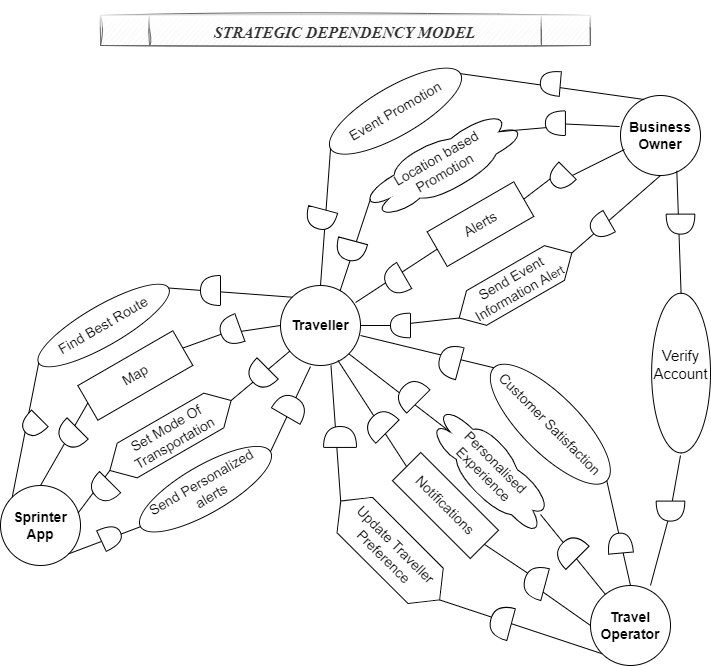
Before: sd.drawio.png, a diagram exported from draw.io (HariniRavi490/Demo-Repo). Source tidied: cells renumbered, new cells last; positions are measured from the earlier drawing's top-left corner, leaving out a move shared by most shapes.
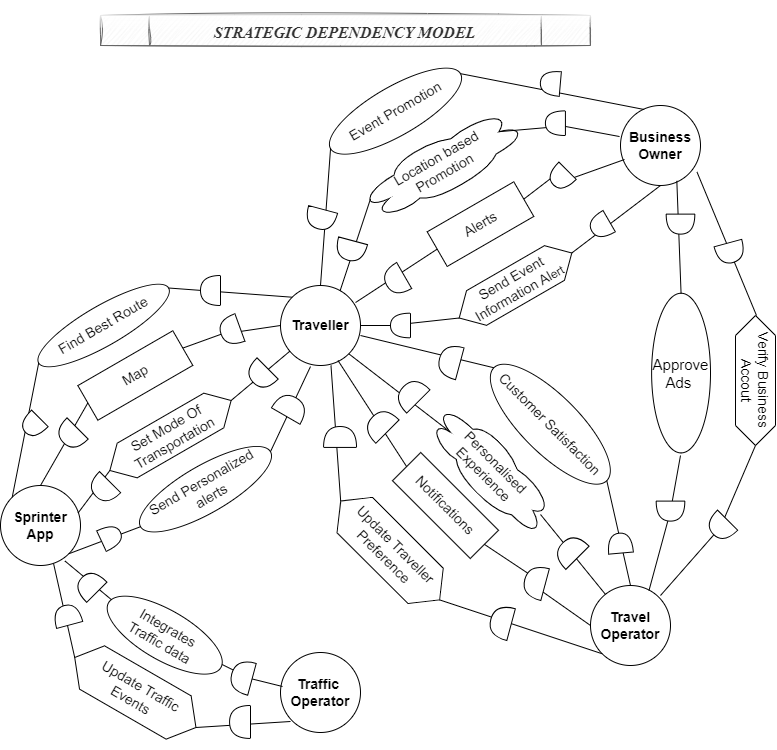
After the change.

Diff of the diagram source:
```diff
@@ -6,7 +6,7 @@
       <mxGeometry x="280" y="270" width="80" height="80" as="geometry" />
     </mxCell>
     <mxCell id="3" value="&lt;font style=&quot;font-size: 14px;&quot;&gt;&lt;b&gt;Business Owner&lt;/b&gt;&lt;/font&gt;" style="ellipse;whiteSpace=wrap;html=1;" parent="1" vertex="1">
-      <mxGeometry x="620" y="80" width="80" height="80" as="geometry" />
+      <mxGeometry x="620" y="90" width="80" height="80" as="geometry" />
     </mxCell>
     <mxCell id="4" value="&lt;font style=&quot;font-size: 14px;&quot;&gt;&lt;b&gt;Sprinter &lt;br&gt;App&lt;/b&gt;&lt;/font&gt;" style="ellipse;whiteSpace=wrap;html=1;" parent="1" vertex="1">
       <mxGeometry y="470" width="80" height="80" as="geometry" />
@@ -89,13 +89,11 @@
     <mxCell id="30" style="endArrow=none;html=1;rounded=0;entryX=0;entryY=1;entryDx=0;entryDy=0;exitX=1;exitY=0.5;exitDx=0;exitDy=0;" parent="1" edge="1" source="14" target="5">
       <mxGeometry relative="1" as="geometry" />
     </mxCell>
-    <mxCell id="31" value="&lt;font style=&quot;font-size: 15px;&quot;&gt;Verify&lt;br&gt;Account&lt;br&gt;&amp;nbsp;&lt;/font&gt;" style="ellipse;whiteSpace=wrap;html=1;rotation=0;direction=south;" parent="1" vertex="1">
+    <mxCell id="31" value="&lt;font style=&quot;font-size: 15px;&quot;&gt;Approve&lt;br&gt;Ads&amp;nbsp;&lt;/font&gt;" style="ellipse;whiteSpace=wrap;html=1;rotation=0;direction=south;" parent="1" vertex="1">
       <mxGeometry x="651.1" y="277.8" width="58.9" height="159.7" as="geometry" />
     </mxCell>
-    <mxCell id="32" style="endArrow=none;html=1;rounded=0;" parent="1" edge="1" source="61">
-      <mxGeometry relative="1" as="geometry">
-        <mxPoint x="650" y="570" as="targetPoint" />
-      </mxGeometry>
+    <mxCell id="32" style="endArrow=none;html=1;rounded=0;entryX=0.731;entryY=0.063;entryDx=0;entryDy=0;entryPerimeter=0;" parent="1" edge="1" source="61" target="5">
+      <mxGeometry relative="1" as="geometry" />
     </mxCell>
     <mxCell id="33" style="endArrow=none;html=1;rounded=0;exitX=1;exitY=0.5;exitDx=0;exitDy=0;entryX=0;entryY=0.5;entryDx=0;entryDy=0;" parent="1" edge="1" source="13" target="34">
       <mxGeometry relative="1" as="geometry" />
@@ -241,5 +239,74 @@
     <mxCell id="78" value="&lt;h1&gt;&lt;b&gt;&lt;i&gt;&lt;font face=&quot;Times New Roman&quot; style=&quot;font-size: 16px;&quot;&gt;STRATEGIC DEPENDENCY MODEL&lt;/font&gt;&lt;/i&gt;&lt;/b&gt;&lt;/h1&gt;" style="shape=process;whiteSpace=wrap;html=1;backgroundOutline=1;fillColor=#f5f5f5;fontColor=#333333;strokeColor=#666666;gradientColor=none;glass=1;sketch=1;curveFitting=1;jiggle=2;" parent="1" vertex="1">
       <mxGeometry x="100" width="490" height="30" as="geometry" />
     </mxCell>
+    <mxCell id="79" value="&lt;span style=&quot;font-size: 14px;&quot;&gt;&lt;b&gt;Traffic&amp;nbsp;&lt;br&gt;Operator&lt;br&gt;&lt;/b&gt;&lt;/span&gt;" style="ellipse;whiteSpace=wrap;html=1;" parent="1" vertex="1">
+      <mxGeometry x="280" y="637" width="80" height="80" as="geometry" />
+    </mxCell>
+    <mxCell id="80" value="&lt;span style=&quot;font-size: 14px;&quot;&gt;Verify Business Accout&lt;/span&gt;" style="shape=hexagon;perimeter=hexagonPerimeter2;whiteSpace=wrap;html=1;fixedSize=1;rotation=90;" parent="1" vertex="1">
+      <mxGeometry x="690" y="345" width="130" height="40" as="geometry" />
+    </mxCell>
+    <mxCell id="81" style="endArrow=none;html=1;rounded=0;entryX=0;entryY=0.5;entryDx=0;entryDy=0;exitX=0.956;exitY=0.831;exitDx=0;exitDy=0;exitPerimeter=0;" parent="1" edge="1" source="3">
+      <mxGeometry relative="1" as="geometry">
+        <mxPoint x="756" y="300" as="targetPoint" />
+      </mxGeometry>
+    </mxCell>
+    <mxCell id="82" style="shape=or;whiteSpace=wrap;html=1;rotation=75;" parent="1" vertex="1">
+      <mxGeometry x="720" y="222.9" width="20" height="28.6" as="geometry" />
+    </mxCell>
+    <mxCell id="83" style="endArrow=none;html=1;rounded=0;" parent="1" edge="1" source="85">
+      <mxGeometry relative="1" as="geometry">
+        <mxPoint x="660" y="580" as="targetPoint" />
+      </mxGeometry>
+    </mxCell>
+    <mxCell id="84" style="endArrow=none;html=1;rounded=0;exitX=1;exitY=0.5;exitDx=0;exitDy=0;" parent="1" edge="1" source="80" target="85">
+      <mxGeometry relative="1" as="geometry" />
+    </mxCell>
+    <mxCell id="85" style="shape=or;whiteSpace=wrap;html=1;rotation=135;" parent="1" vertex="1">
+      <mxGeometry x="710" y="497.4" width="20" height="28.6" as="geometry" />
+    </mxCell>
+    <mxCell id="86" value="&lt;font style=&quot;font-size: 14px;&quot;&gt;&amp;nbsp;Update Traffic &lt;br&gt;Events&lt;br&gt;&lt;/font&gt;" style="shape=hexagon;perimeter=hexagonPerimeter2;whiteSpace=wrap;html=1;fixedSize=1;rotation=30;" parent="1" vertex="1">
+      <mxGeometry x="64.8" y="652" width="140" height="50" as="geometry" />
+    </mxCell>
+    <mxCell id="87" style="endArrow=none;html=1;rounded=0;exitX=1;exitY=0.5;exitDx=0;exitDy=0;entryX=0.025;entryY=0.425;entryDx=0;entryDy=0;entryPerimeter=0;" parent="1" edge="1" source="90" target="79">
+      <mxGeometry relative="1" as="geometry" />
+    </mxCell>
+    <mxCell id="88" style="endArrow=none;html=1;rounded=0;exitX=1;exitY=0.5;exitDx=0;exitDy=0;entryX=0;entryY=0.5;entryDx=0;entryDy=0;" parent="1" edge="1" target="90">
+      <mxGeometry relative="1" as="geometry">
+        <mxPoint x="212.6" y="644.5" as="sourcePoint" />
+      </mxGeometry>
+    </mxCell>
+    <mxCell id="89" style="edgeStyle=orthogonalEdgeStyle;rounded=0;jettySize=auto;html=1;exitX=0;exitY=0.5;exitDx=0;exitDy=0;exitPerimeter=0;" parent="1" edge="1" source="90">
+      <mxGeometry relative="1" as="geometry">
+        <mxPoint x="240" y="660" as="targetPoint" />
+      </mxGeometry>
+    </mxCell>
+    <mxCell id="90" style="shape=or;whiteSpace=wrap;html=1;rotation=-165;" parent="1" vertex="1">
+      <mxGeometry x="230.9" y="644.6" width="20.9" height="33" as="geometry" />
+    </mxCell>
+    <mxCell id="91" style="endArrow=none;html=1;rounded=0;entryX=0.806;entryY=0.944;entryDx=0;entryDy=0;exitX=0;exitY=0.5;exitDx=0;exitDy=0;entryPerimeter=0;" parent="1" edge="1" target="4">
+      <mxGeometry relative="1" as="geometry">
+        <mxPoint x="117.4" y="589.5" as="sourcePoint" />
+      </mxGeometry>
+    </mxCell>
+    <mxCell id="92" style="endArrow=none;html=1;rounded=0;entryX=1;entryY=0.5;entryDx=0;entryDy=0;" parent="1" edge="1" target="86">
+      <mxGeometry relative="1" as="geometry">
+        <mxPoint x="290" y="706" as="sourcePoint" />
+      </mxGeometry>
+    </mxCell>
+    <mxCell id="93" style="endArrow=none;html=1;rounded=0;entryX=0.663;entryY=0.975;entryDx=0;entryDy=0;exitX=0;exitY=0.5;exitDx=0;exitDy=0;entryPerimeter=0;" parent="1" edge="1" source="86" target="4">
+      <mxGeometry relative="1" as="geometry" />
+    </mxCell>
+    <mxCell id="94" style="shape=or;whiteSpace=wrap;html=1;rotation=-180;" parent="1" vertex="1">
+      <mxGeometry x="229.1" y="690" width="20.9" height="33" as="geometry" />
+    </mxCell>
+    <mxCell id="95" style="shape=or;whiteSpace=wrap;html=1;rotation=-135;" parent="1" vertex="1">
+      <mxGeometry x="78.5" y="555.1" width="20.9" height="28.6" as="geometry" />
+    </mxCell>
+    <mxCell id="96" style="shape=or;whiteSpace=wrap;html=1;rotation=-105;" parent="1" vertex="1">
+      <mxGeometry x="56.6" y="586.2" width="20" height="27.1" as="geometry" />
+    </mxCell>
+    <mxCell id="97" value="&lt;span style=&quot;font-size: 14px;&quot;&gt;Integrates&lt;br&gt;Traffic data&lt;br&gt;&lt;/span&gt;" style="ellipse;whiteSpace=wrap;html=1;rotation=30;" parent="1" vertex="1">
+      <mxGeometry x="99.4" y="594.6" width="129.7" height="50" as="geometry" />
+    </mxCell>
   </root>
 </mxGraphModel>
```
